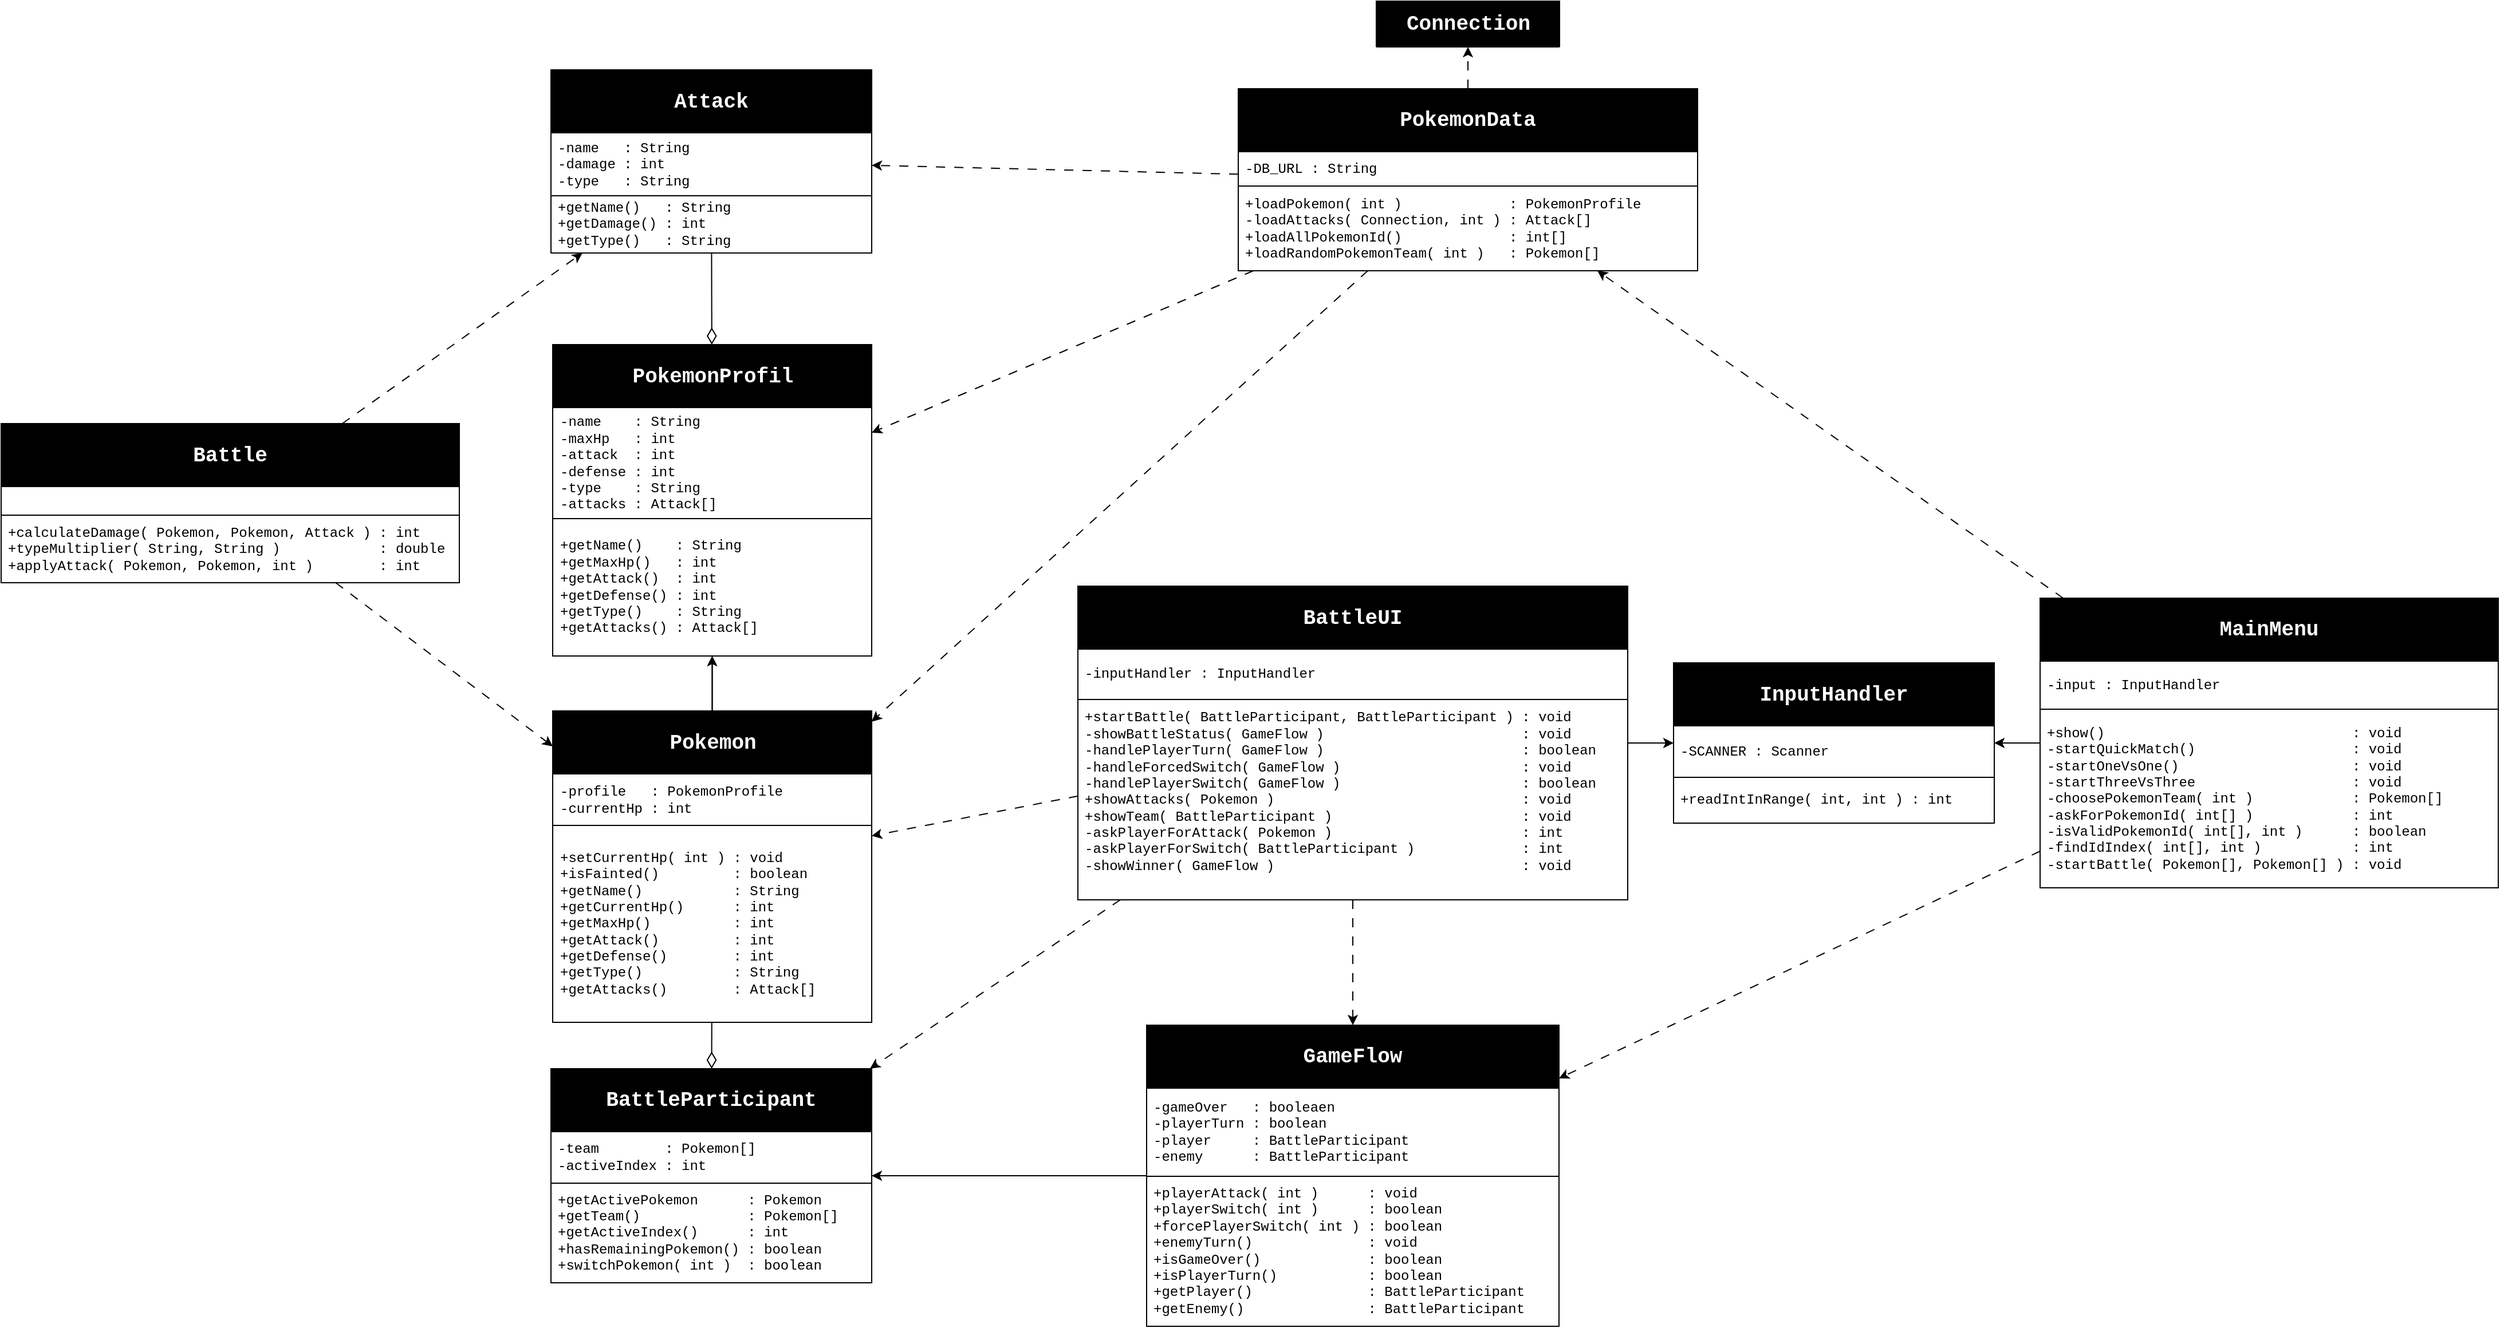
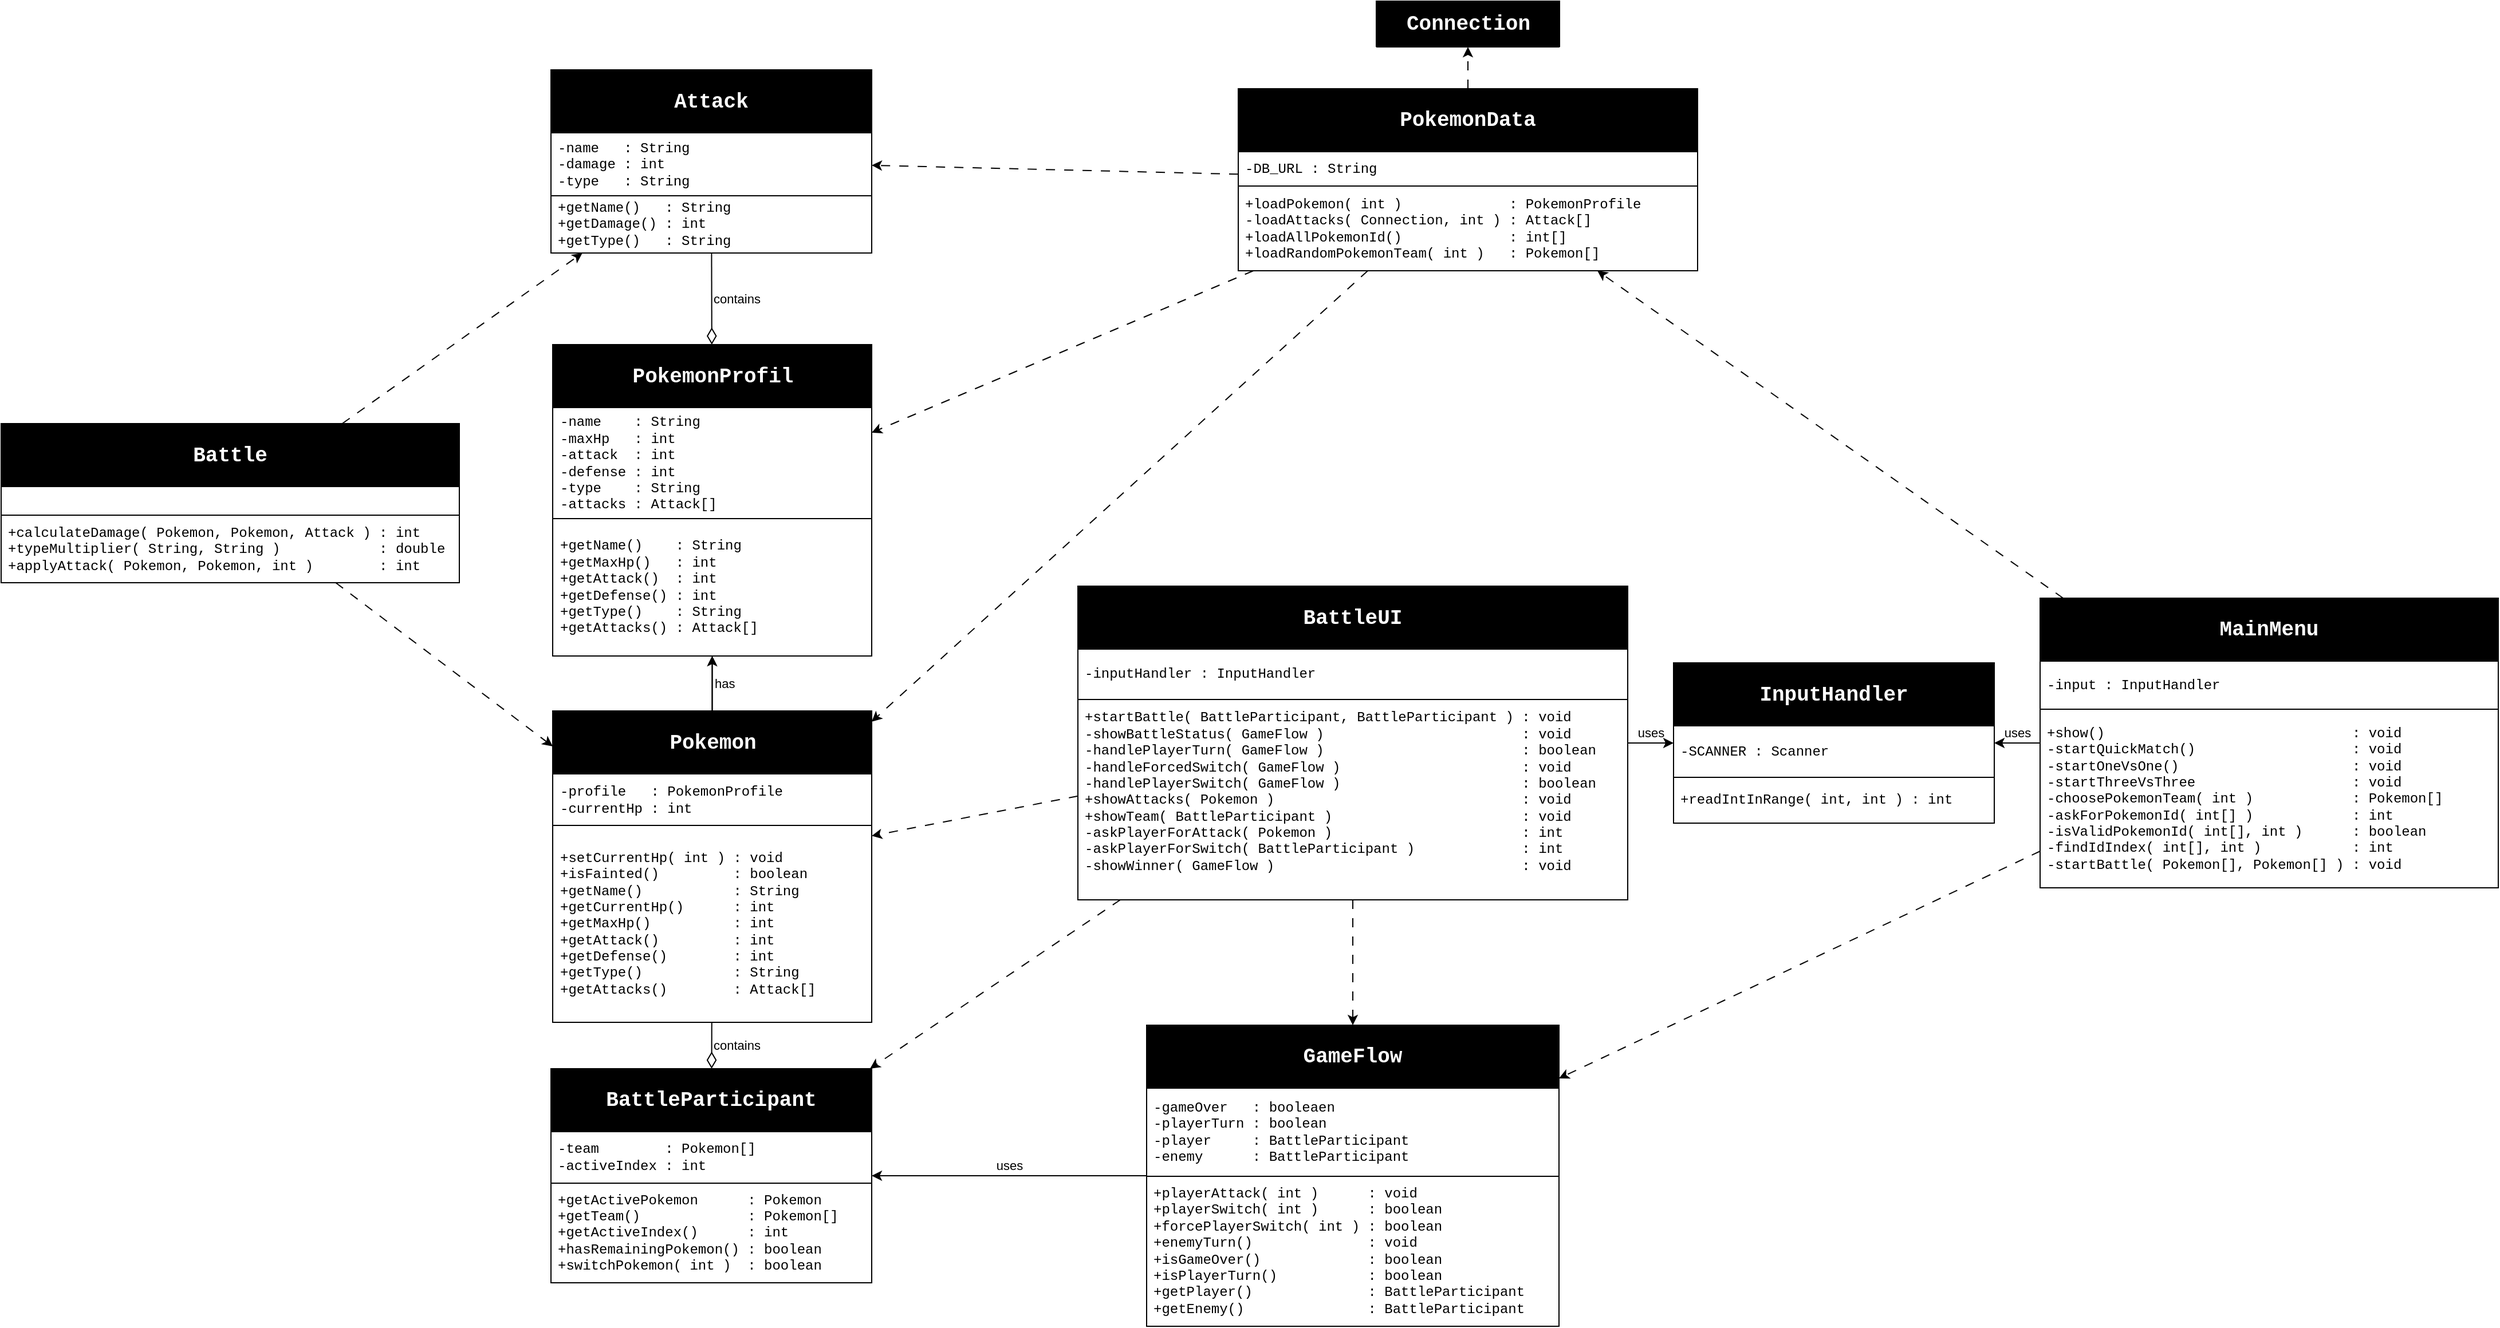
<mxfile host="app.diagrams.net">
  <diagram name="Page-1" id="752gZJhpb6IptiiihZ93">
-     <mxGraphModel dx="4398" dy="2355" grid="0" gridSize="10" guides="1" tooltips="1" connect="1" arrows="1" fold="1" page="0" pageScale="1" pageWidth="827" pageHeight="1169" background="none" math="0" shadow="0">
+     <mxGraphModel dx="3164" dy="2211" grid="0" gridSize="10" guides="1" tooltips="1" connect="1" arrows="1" fold="1" page="0" pageScale="1" pageWidth="827" pageHeight="1169" background="none" math="0" shadow="0">
      <root>
        <mxCell id="0" />
        <mxCell id="1" parent="0" />
        <mxCell id="3eeMSJOm0YbWFgFoKu3u-6" parent="1" style="swimlane;fontStyle=0;align=center;verticalAlign=middle;childLayout=stackLayout;horizontal=1;startSize=55;horizontalStack=0;resizeParent=1;resizeParentMax=0;resizeLast=0;collapsible=0;marginBottom=0;html=1;whiteSpace=wrap;labelBorderColor=none;labelBackgroundColor=none;swimlaneFillColor=none;gradientColor=none;fontColor=light-dark(#FFFFFF,#EDEDED);strokeColor=light-dark(#000000,#EDEDED);fillColor=#000000;fontFamily=Courier New;fontSize=18;" value="&lt;div&gt;&lt;b&gt;Battle&lt;/b&gt;&lt;/div&gt;" vertex="1">
          <mxGeometry height="139" width="400" x="-1200" y="-531" as="geometry" />
        </mxCell>
        <mxCell id="3eeMSJOm0YbWFgFoKu3u-7" parent="3eeMSJOm0YbWFgFoKu3u-6" style="text;html=1;strokeColor=light-dark(#000000,#EDEDED);fillColor=default;align=left;verticalAlign=middle;spacingLeft=4;spacingRight=4;overflow=hidden;rotatable=0;points=[[0,0.5],[1,0.5]];portConstraint=eastwest;whiteSpace=wrap;fontColor=light-dark(#000000,#EDEDED);labelBorderColor=none;fontFamily=Courier New;labelBackgroundColor=none;" value="&amp;nbsp;" vertex="1">
          <mxGeometry height="25" width="400" y="55" as="geometry" />
        </mxCell>
        <mxCell id="3eeMSJOm0YbWFgFoKu3u-10" parent="3eeMSJOm0YbWFgFoKu3u-6" style="text;html=1;strokeColor=light-dark(#000000,#EDEDED);fillColor=default;align=left;verticalAlign=middle;spacingLeft=4;spacingRight=4;overflow=hidden;rotatable=0;points=[[0,0.5],[1,0.5]];portConstraint=eastwest;whiteSpace=wrap;fontColor=light-dark(#000000,#EDEDED);fontFamily=Courier New;labelBackgroundColor=none;" value="&lt;div&gt;+calculateDamage( Pokemon, Pokemon, Attack ) : int&lt;/div&gt;&lt;div&gt;+typeMultiplier( String, String )&amp;nbsp; &amp;nbsp; &amp;nbsp; &amp;nbsp; &amp;nbsp; &amp;nbsp; : double&lt;/div&gt;&lt;div&gt;+applyAttack( Pokemon, Pokemon, int )&amp;nbsp; &amp;nbsp; &amp;nbsp; &amp;nbsp; : int&lt;/div&gt;" vertex="1">
          <mxGeometry height="59" width="400" y="80" as="geometry" />
        </mxCell>
        <mxCell id="3eeMSJOm0YbWFgFoKu3u-16" parent="1" style="swimlane;fontStyle=0;align=center;verticalAlign=middle;childLayout=stackLayout;horizontal=1;startSize=55;horizontalStack=0;resizeParent=1;resizeParentMax=0;resizeLast=0;collapsible=0;marginBottom=0;html=1;whiteSpace=wrap;labelBorderColor=none;labelBackgroundColor=none;swimlaneFillColor=none;gradientColor=none;fontColor=light-dark(#FFFFFF,#EDEDED);strokeColor=light-dark(#000000,#EDEDED);fillColor=#000000;fontFamily=Courier New;fontSize=18;" value="&lt;div&gt;&lt;b&gt;BattleUI&lt;/b&gt;&lt;/div&gt;" vertex="1">
          <mxGeometry height="274" width="480" x="-260" y="-389" as="geometry" />
        </mxCell>
        <mxCell id="3eeMSJOm0YbWFgFoKu3u-17" parent="3eeMSJOm0YbWFgFoKu3u-16" style="text;html=1;strokeColor=light-dark(#000000,#EDEDED);fillColor=default;align=left;verticalAlign=middle;spacingLeft=4;spacingRight=4;overflow=hidden;rotatable=0;points=[[0,0.5],[1,0.5]];portConstraint=eastwest;whiteSpace=wrap;fontColor=light-dark(#000000,#EDEDED);labelBorderColor=none;fontFamily=Courier New;labelBackgroundColor=none;" value="&lt;div&gt;-inputHandler : InputHandler&lt;/div&gt;" vertex="1">
          <mxGeometry height="44" width="480" y="55" as="geometry" />
        </mxCell>
        <mxCell id="3eeMSJOm0YbWFgFoKu3u-20" parent="3eeMSJOm0YbWFgFoKu3u-16" style="text;html=1;strokeColor=light-dark(#000000,#EDEDED);fillColor=default;align=left;verticalAlign=middle;spacingLeft=4;spacingRight=4;overflow=hidden;rotatable=0;points=[[0,0.5],[1,0.5]];portConstraint=eastwest;whiteSpace=wrap;fontColor=light-dark(#000000,#EDEDED);fontFamily=Courier New;labelBackgroundColor=none;" value="&lt;div&gt;+startBattle( BattleParticipant, BattleParticipant ) : void&lt;/div&gt;&lt;div&gt;&lt;div&gt;-showBattleStatus( GameFlow )&amp;nbsp; &amp;nbsp; &amp;nbsp; &amp;nbsp; &amp;nbsp; &amp;nbsp; &amp;nbsp; &amp;nbsp; &amp;nbsp; &amp;nbsp; &amp;nbsp;&amp;nbsp; &amp;nbsp;: void&lt;/div&gt;&lt;div&gt;-handlePlayerTurn( GameFlow )&amp;nbsp; &amp;nbsp; &amp;nbsp; &amp;nbsp; &amp;nbsp; &amp;nbsp; &amp;nbsp; &amp;nbsp; &amp;nbsp; &amp;nbsp;&amp;nbsp; &amp;nbsp; &amp;nbsp;: boolean&lt;/div&gt;&lt;div&gt;-handleForcedSwitch( GameFlow )&amp;nbsp; &amp;nbsp; &amp;nbsp; &amp;nbsp; &amp;nbsp; &amp;nbsp; &amp;nbsp; &amp;nbsp; &amp;nbsp; &amp;nbsp; &amp;nbsp;&amp;nbsp;: void&lt;/div&gt;&lt;div&gt;-handlePlayerSwitch( GameFlow )&amp;nbsp; &amp;nbsp; &amp;nbsp; &amp;nbsp; &amp;nbsp; &amp;nbsp; &amp;nbsp; &amp;nbsp; &amp;nbsp; &amp;nbsp; &amp;nbsp; : boolean&lt;/div&gt;&lt;div&gt;+showAttacks( Pokemon )&amp;nbsp; &amp;nbsp; &amp;nbsp; &amp;nbsp; &amp;nbsp; &amp;nbsp; &amp;nbsp; &amp;nbsp; &amp;nbsp; &amp;nbsp; &amp;nbsp; &amp;nbsp; &amp;nbsp; &amp;nbsp; &amp;nbsp; : void&lt;/div&gt;&lt;div&gt;+showTeam( BattleParticipant )&amp;nbsp; &amp;nbsp; &amp;nbsp; &amp;nbsp; &amp;nbsp; &amp;nbsp; &amp;nbsp; &amp;nbsp; &amp;nbsp; &amp;nbsp; &amp;nbsp; &amp;nbsp;: void&lt;/div&gt;&lt;div&gt;-askPlayerForAttack( Pokemon )&amp;nbsp; &amp;nbsp; &amp;nbsp; &amp;nbsp; &amp;nbsp; &amp;nbsp; &amp;nbsp; &amp;nbsp; &amp;nbsp; &amp;nbsp; &amp;nbsp; &amp;nbsp;: int&lt;/div&gt;&lt;div&gt;-askPlayerForSwitch( BattleParticipant )&amp;nbsp; &amp;nbsp; &amp;nbsp; &amp;nbsp; &amp;nbsp; &amp;nbsp; &amp;nbsp;: int&lt;/div&gt;&lt;div&gt;-showWinner( GameFlow )&amp;nbsp; &amp;nbsp; &amp;nbsp; &amp;nbsp; &amp;nbsp; &amp;nbsp; &amp;nbsp; &amp;nbsp; &amp;nbsp; &amp;nbsp; &amp;nbsp; &amp;nbsp; &amp;nbsp; &amp;nbsp; &amp;nbsp; : void&lt;/div&gt;&lt;br&gt;&lt;/div&gt;" vertex="1">
          <mxGeometry height="175" width="480" y="99" as="geometry" />
        </mxCell>
        <mxCell id="3eeMSJOm0YbWFgFoKu3u-26" parent="1" style="swimlane;fontStyle=0;align=center;verticalAlign=middle;childLayout=stackLayout;horizontal=1;startSize=55;horizontalStack=0;resizeParent=1;resizeParentMax=0;resizeLast=0;collapsible=0;marginBottom=0;html=1;whiteSpace=wrap;labelBorderColor=none;labelBackgroundColor=none;swimlaneFillColor=none;gradientColor=none;fontColor=light-dark(#FFFFFF,#EDEDED);strokeColor=light-dark(#000000,#EDEDED);fillColor=#000000;fontFamily=Courier New;fontSize=18;" value="&lt;div&gt;&lt;b&gt;InputHandler&lt;/b&gt;&lt;/div&gt;" vertex="1">
          <mxGeometry height="140" width="280" x="260" y="-322" as="geometry" />
        </mxCell>
        <mxCell id="3eeMSJOm0YbWFgFoKu3u-27" parent="3eeMSJOm0YbWFgFoKu3u-26" style="text;html=1;strokeColor=light-dark(#000000,#EDEDED);fillColor=default;align=left;verticalAlign=middle;spacingLeft=4;spacingRight=4;overflow=hidden;rotatable=0;points=[[0,0.5],[1,0.5]];portConstraint=eastwest;whiteSpace=wrap;fontColor=light-dark(#000000,#EDEDED);labelBorderColor=none;fontFamily=Courier New;labelBackgroundColor=none;" value="-SCANNER : Scanner" vertex="1">
          <mxGeometry height="45" width="280" y="55" as="geometry" />
        </mxCell>
        <mxCell id="3eeMSJOm0YbWFgFoKu3u-30" parent="3eeMSJOm0YbWFgFoKu3u-26" style="text;html=1;strokeColor=light-dark(#000000,#EDEDED);fillColor=default;align=left;verticalAlign=middle;spacingLeft=4;spacingRight=4;overflow=hidden;rotatable=0;points=[[0,0.5],[1,0.5]];portConstraint=eastwest;whiteSpace=wrap;fontColor=light-dark(#000000,#EDEDED);fontFamily=Courier New;labelBackgroundColor=none;" value="&lt;div&gt;+readIntInRange( int, int ) : int&lt;/div&gt;" vertex="1">
          <mxGeometry height="40" width="280" y="100" as="geometry" />
        </mxCell>
        <mxCell id="3eeMSJOm0YbWFgFoKu3u-36" parent="1" style="swimlane;fontStyle=0;align=center;verticalAlign=middle;childLayout=stackLayout;horizontal=1;startSize=55;horizontalStack=0;resizeParent=1;resizeParentMax=0;resizeLast=0;collapsible=0;marginBottom=0;html=1;whiteSpace=wrap;labelBorderColor=none;labelBackgroundColor=none;swimlaneFillColor=none;gradientColor=none;fontColor=light-dark(#FFFFFF,#EDEDED);strokeColor=light-dark(#000000,#EDEDED);fillColor=#000000;fontFamily=Courier New;fontSize=18;" value="&lt;div&gt;&lt;b&gt;MainMenu&lt;/b&gt;&lt;/div&gt;" vertex="1">
          <mxGeometry height="253" width="400" x="580" y="-378.5" as="geometry" />
        </mxCell>
        <mxCell id="3eeMSJOm0YbWFgFoKu3u-37" parent="3eeMSJOm0YbWFgFoKu3u-36" style="text;html=1;strokeColor=light-dark(#000000,#EDEDED);fillColor=default;align=left;verticalAlign=middle;spacingLeft=4;spacingRight=4;overflow=hidden;rotatable=0;points=[[0,0.5],[1,0.5]];portConstraint=eastwest;whiteSpace=wrap;fontColor=light-dark(#000000,#EDEDED);labelBorderColor=none;fontFamily=Courier New;labelBackgroundColor=none;" value="-input : InputHandler" vertex="1">
          <mxGeometry height="42" width="400" y="55" as="geometry" />
        </mxCell>
        <mxCell id="3eeMSJOm0YbWFgFoKu3u-40" parent="3eeMSJOm0YbWFgFoKu3u-36" style="text;html=1;strokeColor=light-dark(#000000,#EDEDED);fillColor=default;align=left;verticalAlign=middle;spacingLeft=4;spacingRight=4;overflow=hidden;rotatable=0;points=[[0,0.5],[1,0.5]];portConstraint=eastwest;whiteSpace=wrap;fontColor=light-dark(#000000,#EDEDED);fontFamily=Courier New;labelBackgroundColor=none;" value="&lt;div&gt;+show()&amp;nbsp; &amp;nbsp; &amp;nbsp; &amp;nbsp; &amp;nbsp; &amp;nbsp; &amp;nbsp; &amp;nbsp; &amp;nbsp; &amp;nbsp; &amp;nbsp; &amp;nbsp; &amp;nbsp; &amp;nbsp; &amp;nbsp; : void&lt;/div&gt;&lt;div&gt;-startQuickMatch()&amp;nbsp; &amp;nbsp; &amp;nbsp; &amp;nbsp; &amp;nbsp; &amp;nbsp; &amp;nbsp; &amp;nbsp; &amp;nbsp; &amp;nbsp;: void&lt;/div&gt;&lt;div&gt;-startOneVsOne()&amp;nbsp; &amp;nbsp; &amp;nbsp; &amp;nbsp; &amp;nbsp; &amp;nbsp; &amp;nbsp; &amp;nbsp; &amp;nbsp; &amp;nbsp; &amp;nbsp;: void&lt;/div&gt;&lt;div&gt;-startThreeVsThree&amp;nbsp; &amp;nbsp; &amp;nbsp; &amp;nbsp; &amp;nbsp; &amp;nbsp; &amp;nbsp; &amp;nbsp; &amp;nbsp; &amp;nbsp;: void&lt;/div&gt;&lt;div&gt;-choosePokemonTeam( int )&amp;nbsp; &amp;nbsp; &amp;nbsp; &amp;nbsp; &amp;nbsp; &amp;nbsp; : Pokemon[]&lt;/div&gt;&lt;div&gt;-askForPokemonId( int[] )&amp;nbsp; &amp;nbsp; &amp;nbsp; &amp;nbsp; &amp;nbsp; &amp;nbsp; : int&lt;/div&gt;&lt;div&gt;-isValidPokemonId( int[], int )&amp;nbsp; &amp;nbsp; &amp;nbsp; : boolean&lt;/div&gt;&lt;div&gt;-findIdIndex( int[], int )&amp;nbsp; &amp;nbsp; &amp;nbsp; &amp;nbsp; &amp;nbsp; &amp;nbsp;: int&lt;/div&gt;&lt;div&gt;-startBattle( Pokemon[], Pokemon[] ) : void&lt;/div&gt;" vertex="1">
          <mxGeometry height="156" width="400" y="97" as="geometry" />
        </mxCell>
        <mxCell id="U6f4ozNskbe53SCbbHyX-2" edge="1" parent="1" source="3eeMSJOm0YbWFgFoKu3u-41" style="edgeStyle=none;shape=filledEdge;rounded=0;orthogonalLoop=1;jettySize=auto;html=1;strokeColor=light-dark(#000000,#EDEDED);endArrow=open;endFill=0;fontColor=light-dark(#000000,#EDEDED);labelBackgroundColor=none;fillColor=default;" target="3eeMSJOm0YbWFgFoKu3u-51" value="">
          <mxGeometry relative="1" as="geometry" />
        </mxCell>
        <mxCell id="3eeMSJOm0YbWFgFoKu3u-41" parent="1" style="swimlane;fontStyle=0;align=center;verticalAlign=middle;childLayout=stackLayout;horizontal=1;startSize=55;horizontalStack=0;resizeParent=1;resizeParentMax=0;resizeLast=0;collapsible=0;marginBottom=0;html=1;whiteSpace=wrap;labelBorderColor=none;labelBackgroundColor=none;swimlaneFillColor=none;gradientColor=none;fontColor=light-dark(#FFFFFF,#EDEDED);strokeColor=light-dark(#000000,#EDEDED);fillColor=#000000;fontFamily=Courier New;fontSize=18;" value="&lt;div&gt;&lt;b&gt;Pokemon&lt;/b&gt;&lt;/div&gt;" vertex="1">
          <mxGeometry height="272" width="278.5" x="-718.5" y="-280" as="geometry" />
        </mxCell>
        <mxCell id="3eeMSJOm0YbWFgFoKu3u-42" parent="3eeMSJOm0YbWFgFoKu3u-41" style="text;html=1;strokeColor=light-dark(#000000,#EDEDED);fillColor=default;align=left;verticalAlign=middle;spacingLeft=4;spacingRight=4;overflow=hidden;rotatable=0;points=[[0,0.5],[1,0.5]];portConstraint=eastwest;whiteSpace=wrap;fontColor=light-dark(#000000,#EDEDED);labelBorderColor=none;fontFamily=Courier New;labelBackgroundColor=none;" value="&lt;div&gt;-profile&amp;nbsp; &amp;nbsp;: PokemonProfile&lt;/div&gt;&lt;div&gt;-currentHp : int&lt;/div&gt;" vertex="1">
          <mxGeometry height="45" width="278.5" y="55" as="geometry" />
        </mxCell>
        <mxCell id="3eeMSJOm0YbWFgFoKu3u-45" parent="3eeMSJOm0YbWFgFoKu3u-41" style="text;html=1;strokeColor=light-dark(#000000,#EDEDED);fillColor=default;align=left;verticalAlign=middle;spacingLeft=4;spacingRight=4;overflow=hidden;rotatable=0;points=[[0,0.5],[1,0.5]];portConstraint=eastwest;whiteSpace=wrap;fontColor=light-dark(#000000,#EDEDED);fontFamily=Courier New;labelBackgroundColor=none;" value="&lt;div&gt;+setCurrentHp( int ) : void&lt;/div&gt;&lt;div&gt;+isFainted()&amp;nbsp; &amp;nbsp; &amp;nbsp; &amp;nbsp; &amp;nbsp;: boolean&lt;/div&gt;&lt;div&gt;+getName()&amp;nbsp; &amp;nbsp; &amp;nbsp; &amp;nbsp; &amp;nbsp; &amp;nbsp;: String&lt;/div&gt;&lt;div&gt;+getCurrentHp()&amp;nbsp; &amp;nbsp; &amp;nbsp;&amp;nbsp;: int&lt;/div&gt;&lt;div&gt;+getMaxHp()&amp;nbsp; &amp;nbsp; &amp;nbsp; &amp;nbsp; &amp;nbsp;&amp;nbsp;: int&lt;/div&gt;&lt;div&gt;+getAttack()&amp;nbsp; &amp;nbsp; &amp;nbsp; &amp;nbsp; &amp;nbsp;: int&lt;/div&gt;&lt;div&gt;+getDefense()&amp;nbsp; &amp;nbsp; &amp;nbsp; &amp;nbsp; : int&lt;/div&gt;&lt;div&gt;+getType()&amp;nbsp; &amp;nbsp; &amp;nbsp; &amp;nbsp; &amp;nbsp; &amp;nbsp;: String&lt;/div&gt;&lt;div&gt;+getAttacks()&amp;nbsp; &amp;nbsp; &amp;nbsp; &amp;nbsp; : Attack[]&lt;/div&gt;" vertex="1">
          <mxGeometry height="172" width="278.5" y="100" as="geometry" />
        </mxCell>
        <mxCell id="3eeMSJOm0YbWFgFoKu3u-46" parent="1" style="swimlane;fontStyle=0;align=center;verticalAlign=middle;childLayout=stackLayout;horizontal=1;startSize=55;horizontalStack=0;resizeParent=1;resizeParentMax=0;resizeLast=0;collapsible=0;marginBottom=0;html=1;whiteSpace=wrap;labelBorderColor=none;labelBackgroundColor=none;swimlaneFillColor=none;gradientColor=none;fontColor=light-dark(#FFFFFF,#EDEDED);strokeColor=light-dark(#000000,#EDEDED);fillColor=#000000;fontFamily=Courier New;fontSize=18;" value="&lt;div&gt;&lt;b&gt;PokemonData&lt;/b&gt;&lt;/div&gt;" vertex="1">
          <mxGeometry height="159" width="401" x="-120" y="-823.5" as="geometry" />
        </mxCell>
        <mxCell id="3eeMSJOm0YbWFgFoKu3u-47" parent="3eeMSJOm0YbWFgFoKu3u-46" style="text;html=1;strokeColor=light-dark(#000000,#EDEDED);fillColor=default;align=left;verticalAlign=middle;spacingLeft=4;spacingRight=4;overflow=hidden;rotatable=0;points=[[0,0.5],[1,0.5]];portConstraint=eastwest;whiteSpace=wrap;fontColor=light-dark(#000000,#EDEDED);labelBorderColor=none;fontFamily=Courier New;labelBackgroundColor=none;" value="-DB_URL : String" vertex="1">
          <mxGeometry height="30" width="401" y="55" as="geometry" />
        </mxCell>
        <mxCell id="3eeMSJOm0YbWFgFoKu3u-50" parent="3eeMSJOm0YbWFgFoKu3u-46" style="text;html=1;strokeColor=light-dark(#000000,#EDEDED);fillColor=default;align=left;verticalAlign=middle;spacingLeft=4;spacingRight=4;overflow=hidden;rotatable=0;points=[[0,0.5],[1,0.5]];portConstraint=eastwest;whiteSpace=wrap;fontColor=light-dark(#000000,#EDEDED);fontFamily=Courier New;labelBackgroundColor=none;" value="&lt;div&gt;+loadPokemon( int )&amp;nbsp; &amp;nbsp; &amp;nbsp; &amp;nbsp; &amp;nbsp; &amp;nbsp; &amp;nbsp;: PokemonProfile&lt;/div&gt;&lt;div&gt;-loadAttacks( Connection, int ) : Attack[]&lt;/div&gt;&lt;div&gt;+loadAllPokemonId()&amp;nbsp; &amp;nbsp; &amp;nbsp; &amp;nbsp; &amp;nbsp; &amp;nbsp; &amp;nbsp;: int[]&lt;/div&gt;&lt;div&gt;+loadRandomPokemonTeam( int )&amp;nbsp; &amp;nbsp;: Pokemon[]&lt;/div&gt;" vertex="1">
          <mxGeometry height="74" width="401" y="85" as="geometry" />
        </mxCell>
        <mxCell id="3eeMSJOm0YbWFgFoKu3u-51" parent="1" style="swimlane;fontStyle=0;align=center;verticalAlign=middle;childLayout=stackLayout;horizontal=1;startSize=55;horizontalStack=0;resizeParent=1;resizeParentMax=0;resizeLast=0;collapsible=0;marginBottom=0;html=1;labelBorderColor=none;labelBackgroundColor=none;swimlaneFillColor=none;gradientColor=none;fontColor=light-dark(#FFFFFF,#EDEDED);strokeColor=light-dark(#000000,#EDEDED);fillColor=#000000;fontFamily=Courier New;strokeWidth=1;textShadow=0;whiteSpace=wrap;fontSize=18;" value="&lt;div&gt;&lt;font&gt;&lt;b&gt;PokemonProfil&lt;/b&gt;&lt;/font&gt;&lt;/div&gt;" vertex="1">
          <mxGeometry height="272" width="278.5" x="-718.5" y="-600" as="geometry" />
        </mxCell>
        <mxCell id="3eeMSJOm0YbWFgFoKu3u-52" parent="3eeMSJOm0YbWFgFoKu3u-51" style="text;html=1;strokeColor=light-dark(#000000,#EDEDED);fillColor=default;align=left;verticalAlign=middle;spacingLeft=4;spacingRight=4;overflow=hidden;rotatable=0;points=[[0,0.5],[1,0.5]];portConstraint=eastwest;whiteSpace=wrap;fontColor=light-dark(#000000,#EDEDED);labelBorderColor=none;fontFamily=Courier New;labelBackgroundColor=none;" value="&lt;div&gt;-name&amp;nbsp; &amp;nbsp; : String&lt;/div&gt;&lt;div&gt;-maxHp&amp;nbsp; &amp;nbsp;: int&lt;/div&gt;&lt;div&gt;-attack&amp;nbsp; : int&lt;/div&gt;&lt;div&gt;-defense : int&lt;/div&gt;&lt;div&gt;-type&amp;nbsp; &amp;nbsp; : String&lt;/div&gt;&lt;div&gt;-attacks : Attack[]&lt;/div&gt;" vertex="1">
          <mxGeometry height="97" width="278.5" y="55" as="geometry" />
        </mxCell>
        <mxCell id="3eeMSJOm0YbWFgFoKu3u-55" parent="3eeMSJOm0YbWFgFoKu3u-51" style="text;html=1;strokeColor=light-dark(#000000,#EDEDED);fillColor=default;align=left;verticalAlign=middle;spacingLeft=4;spacingRight=4;overflow=hidden;rotatable=0;points=[[0,0.5],[1,0.5]];portConstraint=eastwest;whiteSpace=wrap;fontColor=default;fontFamily=Courier New;labelBorderColor=none;labelBackgroundColor=none;" value="&lt;div&gt;+getName()&amp;nbsp; &amp;nbsp; : String&lt;/div&gt;&lt;div&gt;+getMaxHp()&amp;nbsp; &amp;nbsp;: int&lt;/div&gt;&lt;div&gt;+getAttack()&amp;nbsp; : int&lt;/div&gt;&lt;div&gt;+getDefense() : int&lt;/div&gt;&lt;div&gt;+getType()&amp;nbsp; &amp;nbsp; : String&lt;/div&gt;&lt;div&gt;+getAttacks() : Attack[]&lt;/div&gt;" vertex="1">
          <mxGeometry height="120" width="278.5" y="152" as="geometry" />
        </mxCell>
-         <mxCell id="U6f4ozNskbe53SCbbHyX-1" edge="1" parent="1" source="3eeMSJOm0YbWFgFoKu3u-1" style="edgeStyle=none;shape=filledEdge;rounded=0;orthogonalLoop=1;jettySize=auto;html=1;strokeColor=light-dark(#000000,#EDEDED);endArrow=diamondThin;endFill=0;startArrow=none;startFill=0;startSize=12;endSize=12;fontColor=light-dark(#000000,#EDEDED);labelBackgroundColor=none;fillColor=default;" target="3eeMSJOm0YbWFgFoKu3u-51" value="">
+         <mxCell id="U6f4ozNskbe53SCbbHyX-1" edge="1" parent="1" source="3eeMSJOm0YbWFgFoKu3u-1" style="edgeStyle=none;shape=filledEdge;rounded=0;orthogonalLoop=1;jettySize=auto;html=1;strokeColor=light-dark(#000000,#EDEDED);endArrow=diamondThin;endFill=0;startArrow=none;startFill=0;startSize=12;endSize=12;fontColor=light-dark(#000000,#EDEDED);labelBackgroundColor=none;fillColor=default;align=left;" target="3eeMSJOm0YbWFgFoKu3u-51" value="&lt;div align=&quot;left&quot;&gt;contains&lt;/div&gt;">
          <mxGeometry relative="1" as="geometry" />
        </mxCell>
        <mxCell id="3eeMSJOm0YbWFgFoKu3u-1" parent="1" style="swimlane;fontStyle=0;align=center;verticalAlign=middle;childLayout=stackLayout;horizontal=1;startSize=55;horizontalStack=0;resizeParent=1;resizeParentMax=0;resizeLast=0;collapsible=0;marginBottom=0;html=1;whiteSpace=wrap;labelBorderColor=none;labelBackgroundColor=none;swimlaneFillColor=none;gradientColor=none;fontColor=light-dark(#FFFFFF,#EDEDED);strokeColor=light-dark(#000000,#EDEDED);fillColor=#000000;fontFamily=Courier New;fontSize=18;" value="&lt;div&gt;&lt;b&gt;Attack&lt;/b&gt;&lt;/div&gt;" vertex="1">
          <mxGeometry height="160" width="280" x="-720" y="-840" as="geometry" />
        </mxCell>
        <mxCell id="3eeMSJOm0YbWFgFoKu3u-2" parent="3eeMSJOm0YbWFgFoKu3u-1" style="text;html=1;strokeColor=light-dark(#000000,#EDEDED);fillColor=default;align=left;verticalAlign=middle;spacingLeft=4;spacingRight=4;overflow=hidden;rotatable=0;points=[[0,0.5],[1,0.5]];portConstraint=eastwest;whiteSpace=wrap;fontColor=light-dark(#000000,#EDEDED);labelBorderColor=none;fontFamily=Courier New;labelBackgroundColor=none;" value="&lt;div&gt;&lt;font&gt;-name&amp;nbsp; &amp;nbsp;: String&lt;/font&gt;&lt;/div&gt;&lt;div&gt;&lt;font&gt;-damage : int&lt;/font&gt;&lt;/div&gt;&lt;div&gt;&lt;font&gt;-type&amp;nbsp; &amp;nbsp;: String&lt;/font&gt;&lt;/div&gt;" vertex="1">
          <mxGeometry height="55" width="280" y="55" as="geometry" />
        </mxCell>
        <mxCell id="3eeMSJOm0YbWFgFoKu3u-5" parent="3eeMSJOm0YbWFgFoKu3u-1" style="text;html=1;strokeColor=light-dark(#000000,#EDEDED);fillColor=default;align=left;verticalAlign=middle;spacingLeft=4;spacingRight=4;overflow=hidden;rotatable=0;points=[[0,0.5],[1,0.5]];portConstraint=eastwest;whiteSpace=wrap;fontColor=light-dark(#000000,#EDEDED);fontFamily=Courier New;labelBackgroundColor=none;" value="&lt;div&gt;+getName()&amp;nbsp; &amp;nbsp;: String&lt;/div&gt;&lt;div&gt;+getDamage() : int&lt;/div&gt;&lt;div&gt;+getType()&amp;nbsp; &amp;nbsp;: String&lt;/div&gt;" vertex="1">
          <mxGeometry height="50" width="280" y="110" as="geometry" />
        </mxCell>
-         <mxCell id="U6f4ozNskbe53SCbbHyX-3" edge="1" parent="1" source="3eeMSJOm0YbWFgFoKu3u-41" style="edgeStyle=none;shape=filledEdge;rounded=0;orthogonalLoop=1;jettySize=auto;html=1;strokeColor=light-dark(#000000,#EDEDED);fontColor=light-dark(#000000,#EDEDED);labelBackgroundColor=none;fillColor=default;" target="3eeMSJOm0YbWFgFoKu3u-55" value="">
+         <mxCell id="U6f4ozNskbe53SCbbHyX-3" edge="1" parent="1" source="3eeMSJOm0YbWFgFoKu3u-41" style="edgeStyle=none;shape=filledEdge;rounded=0;orthogonalLoop=1;jettySize=auto;html=1;strokeColor=light-dark(#000000,#EDEDED);fontColor=light-dark(#000000,#EDEDED);labelBackgroundColor=none;fillColor=default;align=left;" target="3eeMSJOm0YbWFgFoKu3u-55" value="&lt;div align=&quot;left&quot;&gt;has&lt;/div&gt;">
          <mxGeometry relative="1" as="geometry" />
        </mxCell>
-         <mxCell id="U6f4ozNskbe53SCbbHyX-4" edge="1" parent="1" source="3eeMSJOm0YbWFgFoKu3u-11" style="edgeStyle=none;shape=filledEdge;rounded=0;orthogonalLoop=1;jettySize=auto;html=1;strokeColor=light-dark(#000000,#EDEDED);endArrow=none;endFill=0;startArrow=diamondThin;startFill=0;startSize=12;fontColor=light-dark(#000000,#EDEDED);labelBackgroundColor=none;fillColor=default;" target="3eeMSJOm0YbWFgFoKu3u-41" value="">
+         <mxCell id="U6f4ozNskbe53SCbbHyX-4" edge="1" parent="1" source="3eeMSJOm0YbWFgFoKu3u-11" style="edgeStyle=none;shape=filledEdge;rounded=0;orthogonalLoop=1;jettySize=auto;html=1;strokeColor=light-dark(#000000,#EDEDED);endArrow=none;endFill=0;startArrow=diamondThin;startFill=0;startSize=12;fontColor=light-dark(#000000,#EDEDED);labelBackgroundColor=none;fillColor=default;verticalAlign=middle;align=left;" target="3eeMSJOm0YbWFgFoKu3u-41" value="contains">
          <mxGeometry relative="1" as="geometry">
            <Array as="points" />
            <mxPoint x="428" y="-161" as="sourcePoint" />
            <mxPoint x="95" y="-100" as="targetPoint" />
          </mxGeometry>
        </mxCell>
-         <mxCell id="U6f4ozNskbe53SCbbHyX-10" edge="1" parent="1" source="3eeMSJOm0YbWFgFoKu3u-21" style="edgeStyle=none;shape=filledEdge;rounded=0;orthogonalLoop=1;jettySize=auto;html=1;strokeColor=light-dark(#000000,#EDEDED);endArrow=classic;endFill=1;fontColor=light-dark(#000000,#EDEDED);labelBackgroundColor=none;fillColor=default;" target="3eeMSJOm0YbWFgFoKu3u-11" value="">
+         <mxCell id="U6f4ozNskbe53SCbbHyX-10" edge="1" parent="1" source="3eeMSJOm0YbWFgFoKu3u-21" style="edgeStyle=none;shape=filledEdge;rounded=0;orthogonalLoop=1;jettySize=auto;html=1;strokeColor=light-dark(#000000,#EDEDED);endArrow=classic;endFill=1;fontColor=light-dark(#000000,#EDEDED);labelBackgroundColor=none;fillColor=default;verticalAlign=bottom;" target="3eeMSJOm0YbWFgFoKu3u-11" value="uses">
          <mxGeometry relative="1" as="geometry">
            <Array as="points" />
            <mxPoint x="621" y="257" as="sourcePoint" />
            <mxPoint x="-1" y="-20" as="targetPoint" />
          </mxGeometry>
        </mxCell>
-         <mxCell id="U6f4ozNskbe53SCbbHyX-11" edge="1" parent="1" source="3eeMSJOm0YbWFgFoKu3u-36" style="edgeStyle=none;shape=filledEdge;rounded=0;orthogonalLoop=1;jettySize=auto;html=1;strokeColor=light-dark(#000000,#EDEDED);endArrow=classic;endFill=1;fontColor=light-dark(#000000,#EDEDED);labelBackgroundColor=none;fillColor=default;" target="3eeMSJOm0YbWFgFoKu3u-26" value="">
+         <mxCell id="U6f4ozNskbe53SCbbHyX-11" edge="1" parent="1" source="3eeMSJOm0YbWFgFoKu3u-36" style="edgeStyle=none;shape=filledEdge;rounded=0;orthogonalLoop=1;jettySize=auto;html=1;strokeColor=light-dark(#000000,#EDEDED);endArrow=classic;endFill=1;fontColor=light-dark(#000000,#EDEDED);labelBackgroundColor=none;fillColor=default;verticalAlign=bottom;" target="3eeMSJOm0YbWFgFoKu3u-26" value="uses">
          <mxGeometry relative="1" as="geometry">
            <Array as="points" />
            <mxPoint x="1016" y="1016" as="sourcePoint" />
            <mxPoint x="1016" y="679" as="targetPoint" />
          </mxGeometry>
        </mxCell>
-         <mxCell id="U6f4ozNskbe53SCbbHyX-12" edge="1" parent="1" source="3eeMSJOm0YbWFgFoKu3u-16" style="edgeStyle=none;shape=filledEdge;rounded=0;orthogonalLoop=1;jettySize=auto;html=1;strokeColor=light-dark(#000000,#EDEDED);endArrow=classic;endFill=1;fontColor=light-dark(#000000,#EDEDED);labelBackgroundColor=none;fillColor=default;" target="3eeMSJOm0YbWFgFoKu3u-26" value="">
+         <mxCell id="U6f4ozNskbe53SCbbHyX-12" edge="1" parent="1" source="3eeMSJOm0YbWFgFoKu3u-16" style="edgeStyle=none;shape=filledEdge;rounded=0;orthogonalLoop=1;jettySize=auto;html=1;strokeColor=light-dark(#000000,#EDEDED);endArrow=classic;endFill=1;fontColor=light-dark(#000000,#EDEDED);labelBackgroundColor=none;fillColor=default;verticalAlign=bottom;" target="3eeMSJOm0YbWFgFoKu3u-26" value="uses">
          <mxGeometry relative="1" as="geometry">
            <Array as="points" />
            <mxPoint x="566" y="1027" as="sourcePoint" />
            <mxPoint x="658" y="602" as="targetPoint" />
          </mxGeometry>
        </mxCell>
        <mxCell id="U6f4ozNskbe53SCbbHyX-16" edge="1" parent="1" source="3eeMSJOm0YbWFgFoKu3u-6" style="edgeStyle=none;shape=filledEdge;rounded=0;orthogonalLoop=1;jettySize=auto;html=1;strokeColor=light-dark(#000000,#EDEDED);endArrow=classic;endFill=1;dashed=1;dashPattern=8 8;fontColor=light-dark(#000000,#EDEDED);labelBackgroundColor=none;fillColor=default;" target="3eeMSJOm0YbWFgFoKu3u-41" value="">
          <mxGeometry relative="1" as="geometry">
            <Array as="points" />
            <mxPoint x="231" y="263" as="sourcePoint" />
            <mxPoint x="231" y="-74" as="targetPoint" />
          </mxGeometry>
        </mxCell>
        <mxCell id="U6f4ozNskbe53SCbbHyX-17" edge="1" parent="1" source="3eeMSJOm0YbWFgFoKu3u-6" style="edgeStyle=none;shape=filledEdge;rounded=0;orthogonalLoop=1;jettySize=auto;html=1;strokeColor=light-dark(#000000,#EDEDED);endArrow=classic;endFill=1;dashed=1;dashPattern=8 8;fontColor=light-dark(#000000,#EDEDED);labelBackgroundColor=none;fillColor=default;" target="3eeMSJOm0YbWFgFoKu3u-1" value="">
          <mxGeometry relative="1" as="geometry">
            <Array as="points" />
            <mxPoint x="230" y="270" as="sourcePoint" />
            <mxPoint x="258" y="-30" as="targetPoint" />
          </mxGeometry>
        </mxCell>
        <mxCell id="U6f4ozNskbe53SCbbHyX-18" edge="1" parent="1" source="3eeMSJOm0YbWFgFoKu3u-16" style="edgeStyle=none;shape=filledEdge;rounded=0;orthogonalLoop=1;jettySize=auto;html=1;strokeColor=light-dark(#000000,#EDEDED);endArrow=classic;endFill=1;dashed=1;dashPattern=8 8;fontColor=light-dark(#000000,#EDEDED);labelBackgroundColor=none;fillColor=default;" target="3eeMSJOm0YbWFgFoKu3u-11" value="">
          <mxGeometry relative="1" as="geometry">
            <Array as="points" />
            <mxPoint x="272" y="526" as="sourcePoint" />
            <mxPoint x="212" y="470" as="targetPoint" />
          </mxGeometry>
        </mxCell>
        <mxCell id="U6f4ozNskbe53SCbbHyX-19" edge="1" parent="1" source="3eeMSJOm0YbWFgFoKu3u-16" style="edgeStyle=none;shape=filledEdge;rounded=0;orthogonalLoop=1;jettySize=auto;html=1;strokeColor=light-dark(#000000,#EDEDED);endArrow=classic;endFill=1;dashed=1;dashPattern=8 8;fontColor=light-dark(#000000,#EDEDED);labelBackgroundColor=none;fillColor=default;" target="3eeMSJOm0YbWFgFoKu3u-21" value="">
          <mxGeometry relative="1" as="geometry">
            <Array as="points" />
            <mxPoint x="167" y="555" as="sourcePoint" />
            <mxPoint x="107" y="499" as="targetPoint" />
          </mxGeometry>
        </mxCell>
        <mxCell id="U6f4ozNskbe53SCbbHyX-20" edge="1" parent="1" source="3eeMSJOm0YbWFgFoKu3u-16" style="edgeStyle=none;shape=filledEdge;rounded=0;orthogonalLoop=1;jettySize=auto;html=1;strokeColor=light-dark(#000000,#EDEDED);endArrow=classic;endFill=1;dashed=1;dashPattern=8 8;fontColor=light-dark(#000000,#EDEDED);labelBackgroundColor=none;fillColor=default;" target="3eeMSJOm0YbWFgFoKu3u-41" value="">
          <mxGeometry relative="1" as="geometry">
            <Array as="points" />
            <mxPoint x="440" y="587" as="sourcePoint" />
            <mxPoint x="228" y="439" as="targetPoint" />
          </mxGeometry>
        </mxCell>
        <mxCell id="U6f4ozNskbe53SCbbHyX-21" parent="1" style="swimlane;fontStyle=0;align=center;verticalAlign=middle;childLayout=stackLayout;horizontal=1;startSize=55;horizontalStack=0;resizeParent=1;resizeParentMax=0;resizeLast=0;collapsible=0;marginBottom=0;html=1;whiteSpace=wrap;labelBorderColor=none;labelBackgroundColor=none;swimlaneFillColor=none;gradientColor=none;fontColor=light-dark(#FFFFFF,#EDEDED);strokeColor=light-dark(#000000,#EDEDED);fillColor=#000000;fontFamily=Courier New;fontSize=18;" value="&lt;div&gt;&lt;b&gt;Connection&lt;/b&gt;&lt;/div&gt;" vertex="1">
          <mxGeometry height="40" width="160" x="0.5" y="-900" as="geometry" />
        </mxCell>
        <mxCell id="U6f4ozNskbe53SCbbHyX-30" edge="1" parent="1" source="3eeMSJOm0YbWFgFoKu3u-46" style="edgeStyle=none;shape=filledEdge;rounded=0;orthogonalLoop=1;jettySize=auto;html=1;strokeColor=light-dark(#000000,#EDEDED);endArrow=classic;endFill=1;dashed=1;dashPattern=8 8;fontColor=light-dark(#000000,#EDEDED);labelBackgroundColor=none;fillColor=default;" target="U6f4ozNskbe53SCbbHyX-21" value="">
          <mxGeometry relative="1" as="geometry">
            <Array as="points" />
            <mxPoint x="-195" y="-39" as="sourcePoint" />
            <mxPoint x="-195" y="-376" as="targetPoint" />
          </mxGeometry>
        </mxCell>
        <mxCell id="U6f4ozNskbe53SCbbHyX-31" edge="1" parent="1" source="3eeMSJOm0YbWFgFoKu3u-46" style="edgeStyle=none;shape=filledEdge;rounded=0;orthogonalLoop=1;jettySize=auto;html=1;strokeColor=light-dark(#000000,#EDEDED);endArrow=classic;endFill=1;dashed=1;dashPattern=8 8;fontColor=light-dark(#000000,#EDEDED);labelBackgroundColor=none;fillColor=default;" target="3eeMSJOm0YbWFgFoKu3u-51" value="">
          <mxGeometry relative="1" as="geometry">
            <Array as="points" />
            <mxPoint x="-62" y="-374" as="sourcePoint" />
            <mxPoint x="-62" y="-513" as="targetPoint" />
          </mxGeometry>
        </mxCell>
        <mxCell id="U6f4ozNskbe53SCbbHyX-32" edge="1" parent="1" source="3eeMSJOm0YbWFgFoKu3u-46" style="edgeStyle=none;shape=filledEdge;rounded=0;orthogonalLoop=1;jettySize=auto;html=1;strokeColor=light-dark(#000000,#EDEDED);endArrow=classic;endFill=1;dashed=1;dashPattern=8 8;fontColor=light-dark(#000000,#EDEDED);labelBackgroundColor=none;fillColor=default;" target="3eeMSJOm0YbWFgFoKu3u-1" value="">
          <mxGeometry relative="1" as="geometry">
            <Array as="points" />
            <mxPoint x="-93" y="-383" as="sourcePoint" />
            <mxPoint x="-39" y="-375" as="targetPoint" />
          </mxGeometry>
        </mxCell>
        <mxCell id="U6f4ozNskbe53SCbbHyX-33" edge="1" parent="1" source="3eeMSJOm0YbWFgFoKu3u-46" style="edgeStyle=none;shape=filledEdge;rounded=0;orthogonalLoop=1;jettySize=auto;html=1;strokeColor=light-dark(#000000,#EDEDED);endArrow=classic;endFill=1;dashed=1;dashPattern=8 8;fontColor=light-dark(#000000,#EDEDED);labelBackgroundColor=none;fillColor=default;" target="3eeMSJOm0YbWFgFoKu3u-41" value="">
          <mxGeometry relative="1" as="geometry">
            <Array as="points" />
            <mxPoint x="-133" y="-237" as="sourcePoint" />
            <mxPoint x="-133" y="-376" as="targetPoint" />
          </mxGeometry>
        </mxCell>
        <mxCell id="3eeMSJOm0YbWFgFoKu3u-11" parent="1" style="swimlane;fontStyle=0;align=center;verticalAlign=middle;childLayout=stackLayout;horizontal=1;startSize=55;horizontalStack=0;resizeParent=1;resizeParentMax=0;resizeLast=0;collapsible=0;marginBottom=0;html=1;whiteSpace=wrap;labelBorderColor=none;labelBackgroundColor=none;swimlaneFillColor=none;gradientColor=none;fontColor=light-dark(#FFFFFF,#EDEDED);strokeColor=light-dark(#000000,#EDEDED);fillColor=#000000;fontFamily=Courier New;fontSize=18;" value="&lt;div&gt;&lt;b&gt;BattleParticipant&lt;/b&gt;&lt;/div&gt;" vertex="1">
          <mxGeometry height="187" width="280" x="-720" y="32.5" as="geometry" />
        </mxCell>
        <mxCell id="3eeMSJOm0YbWFgFoKu3u-12" parent="3eeMSJOm0YbWFgFoKu3u-11" style="text;html=1;strokeColor=light-dark(#000000,#EDEDED);fillColor=default;align=left;verticalAlign=middle;spacingLeft=4;spacingRight=4;overflow=hidden;rotatable=0;points=[[0,0.5],[1,0.5]];portConstraint=eastwest;whiteSpace=wrap;fontColor=light-dark(#000000,#EDEDED);labelBorderColor=none;fontFamily=Courier New;labelBackgroundColor=none;" value="&lt;div&gt;-team&amp;nbsp; &amp;nbsp; &amp;nbsp; &amp;nbsp; : Pokemon[]&lt;/div&gt;&lt;div&gt;-activeIndex : int&lt;/div&gt;" vertex="1">
          <mxGeometry height="45" width="280" y="55" as="geometry" />
        </mxCell>
        <mxCell id="3eeMSJOm0YbWFgFoKu3u-15" parent="3eeMSJOm0YbWFgFoKu3u-11" style="text;html=1;strokeColor=light-dark(#000000,#EDEDED);fillColor=default;align=left;verticalAlign=middle;spacingLeft=4;spacingRight=4;overflow=hidden;rotatable=0;points=[[0,0.5],[1,0.5]];portConstraint=eastwest;whiteSpace=wrap;fontColor=light-dark(#000000,#EDEDED);fontFamily=Courier New;labelBackgroundColor=none;" value="&lt;div&gt;+getActivePokemon&amp;nbsp; &amp;nbsp;&amp;nbsp; &amp;nbsp;: Pokemon&lt;/div&gt;&lt;div&gt;+getTeam()&amp;nbsp; &amp;nbsp; &amp;nbsp; &amp;nbsp; &amp;nbsp; &amp;nbsp; &amp;nbsp;: Pokemon[]&lt;/div&gt;&lt;div&gt;+getActiveIndex()&amp;nbsp; &amp;nbsp; &amp;nbsp;&amp;nbsp;: int&lt;/div&gt;&lt;div&gt;+hasRemainingPokemon() : boolean&lt;/div&gt;&lt;div&gt;+switchPokemon( int )&amp;nbsp;&amp;nbsp;: boolean&lt;/div&gt;" vertex="1">
          <mxGeometry height="87" width="280" y="100" as="geometry" />
        </mxCell>
        <mxCell id="8eCUrU3QvDogY1ZXjvBf-3" edge="1" parent="1" source="3eeMSJOm0YbWFgFoKu3u-36" style="edgeStyle=none;shape=filledEdge;rounded=0;orthogonalLoop=1;jettySize=auto;html=1;strokeColor=light-dark(#000000,#EDEDED);endArrow=classic;endFill=1;dashed=1;dashPattern=8 8;fontColor=light-dark(#000000,#EDEDED);labelBackgroundColor=none;fillColor=default;" target="3eeMSJOm0YbWFgFoKu3u-21" value="">
          <mxGeometry relative="1" as="geometry">
            <Array as="points" />
            <mxPoint x="1422" y="-544" as="sourcePoint" />
            <mxPoint x="850" y="-390" as="targetPoint" />
          </mxGeometry>
        </mxCell>
        <mxCell id="3eeMSJOm0YbWFgFoKu3u-21" parent="1" style="swimlane;fontStyle=0;align=center;verticalAlign=middle;childLayout=stackLayout;horizontal=1;startSize=55;horizontalStack=0;resizeParent=1;resizeParentMax=0;resizeLast=0;collapsible=0;marginBottom=0;html=1;whiteSpace=wrap;labelBorderColor=none;labelBackgroundColor=none;swimlaneFillColor=none;gradientColor=none;fontColor=light-dark(#FFFFFF,#EDEDED);strokeColor=light-dark(#000000,#EDEDED);fillColor=#000000;fontFamily=Courier New;fontSize=18;" value="&lt;div&gt;&lt;b&gt;GameFlow&lt;/b&gt;&lt;/div&gt;" vertex="1">
          <mxGeometry height="263" width="360" x="-200" y="-5.5" as="geometry" />
        </mxCell>
        <mxCell id="3eeMSJOm0YbWFgFoKu3u-22" parent="3eeMSJOm0YbWFgFoKu3u-21" style="text;html=1;strokeColor=light-dark(#000000,#EDEDED);fillColor=default;align=left;verticalAlign=middle;spacingLeft=4;spacingRight=4;overflow=hidden;rotatable=0;points=[[0,0.5],[1,0.5]];portConstraint=eastwest;whiteSpace=wrap;fontColor=light-dark(#000000,#EDEDED);labelBorderColor=none;fontFamily=Courier New;labelBackgroundColor=none;" value="&lt;div&gt;-gameOver&amp;nbsp; &amp;nbsp;: booleaen&lt;/div&gt;&lt;div&gt;-playerTurn&amp;nbsp;: boolean&lt;/div&gt;&lt;div&gt;-player&amp;nbsp; &amp;nbsp; &amp;nbsp;: BattleParticipant&lt;/div&gt;&lt;div&gt;-enemy&amp;nbsp; &amp;nbsp; &amp;nbsp; : BattleParticipant&lt;/div&gt;" vertex="1">
          <mxGeometry height="77" width="360" y="55" as="geometry" />
        </mxCell>
        <mxCell id="3eeMSJOm0YbWFgFoKu3u-25" parent="3eeMSJOm0YbWFgFoKu3u-21" style="text;html=1;strokeColor=light-dark(#000000,#EDEDED);fillColor=default;align=left;verticalAlign=middle;spacingLeft=4;spacingRight=4;overflow=hidden;rotatable=0;points=[[0,0.5],[1,0.5]];portConstraint=eastwest;whiteSpace=wrap;fontColor=light-dark(#000000,#EDEDED);fontFamily=Courier New;labelBackgroundColor=none;" value="&lt;div&gt;+playerAttack( int )&amp;nbsp; &amp;nbsp; &amp;nbsp; : void&lt;/div&gt;&lt;div&gt;+playerSwitch( int )&amp;nbsp; &amp;nbsp; &amp;nbsp; : boolean&lt;/div&gt;&lt;div&gt;+forcePlayerSwitch( int ) : boolean&lt;/div&gt;&lt;div&gt;+enemyTurn()&amp;nbsp; &amp;nbsp; &amp;nbsp; &amp;nbsp; &amp;nbsp; &amp;nbsp; &amp;nbsp; : void&lt;/div&gt;&lt;div&gt;+isGameOver()&amp;nbsp; &amp;nbsp; &amp;nbsp; &amp;nbsp; &amp;nbsp; &amp;nbsp; &amp;nbsp;: boolean&lt;/div&gt;&lt;div&gt;+isPlayerTurn()&amp;nbsp; &amp;nbsp; &amp;nbsp; &amp;nbsp; &amp;nbsp; &amp;nbsp;: boolean&lt;/div&gt;&lt;div&gt;+getPlayer()&amp;nbsp; &amp;nbsp; &amp;nbsp; &amp;nbsp; &amp;nbsp; &amp;nbsp; &amp;nbsp; : BattleParticipant&lt;/div&gt;&lt;div&gt;+getEnemy()&amp;nbsp; &amp;nbsp; &amp;nbsp; &amp;nbsp; &amp;nbsp; &amp;nbsp; &amp;nbsp; &amp;nbsp;: BattleParticipant&lt;/div&gt;" vertex="1">
          <mxGeometry height="131" width="360" y="132" as="geometry" />
        </mxCell>
        <mxCell id="8eCUrU3QvDogY1ZXjvBf-4" edge="1" parent="1" source="3eeMSJOm0YbWFgFoKu3u-36" style="edgeStyle=none;shape=filledEdge;rounded=0;orthogonalLoop=1;jettySize=auto;html=1;strokeColor=light-dark(#000000,#EDEDED);endArrow=classic;endFill=1;dashed=1;dashPattern=8 8;fontColor=light-dark(#000000,#EDEDED);labelBackgroundColor=none;fillColor=default;" target="3eeMSJOm0YbWFgFoKu3u-46" value="">
          <mxGeometry relative="1" as="geometry">
            <Array as="points" />
            <mxPoint x="1577" y="33" as="sourcePoint" />
            <mxPoint x="1449" y="-214" as="targetPoint" />
          </mxGeometry>
        </mxCell>
      </root>
    </mxGraphModel>
  </diagram>
</mxfile>
